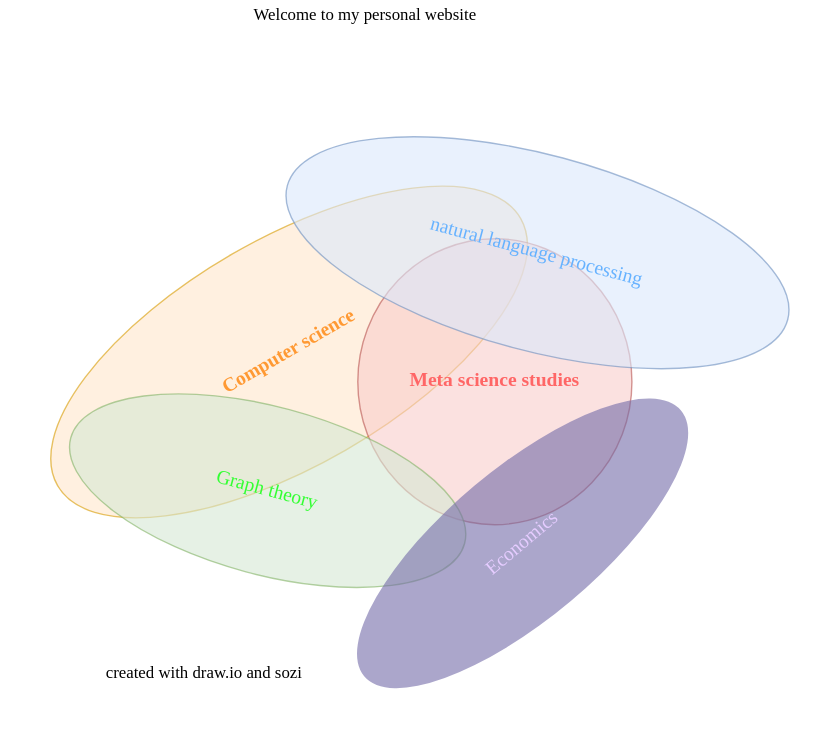
Before: _site/images/website_me.svg, a diagram exported from draw.io (susierao/susierao.github.io). Source tidied: cells renumbered, new cells last; positions are measured from the earlier drawing's top-left corner, leaving out a move shared by most shapes. Its diagram source:
```xml
<mxGraphModel background="#ffffff">
  <root>
    <mxCell id="0" />
    <mxCell id="1" parent="0" />
    <mxCell id="2" value="&lt;font style=&quot;font-size: 14px&quot; face=&quot;monaco&quot; color=&quot;#ff9933&quot;&gt;Computer science&lt;/font&gt;" style="ellipse;whiteSpace=wrap;rotation=-30;fillColor=#ffe6cc;opacity=60;strokeColor=#d79b00;html=1;direction=west;fontStyle=1;" parent="1" vertex="1">
      <mxGeometry y="170" width="381.9" height="161.9" as="geometry" />
    </mxCell>
    <mxCell id="3" value="&lt;font face=&quot;monaco&quot; style=&quot;font-size: 14px&quot; color=&quot;#ff6666&quot;&gt;&lt;b&gt;Meta science studies&lt;/b&gt;&lt;/font&gt;" style="ellipse;whiteSpace=wrap;rotation=0;fillColor=#f8cecc;opacity=60;strokeColor=#b85450;html=1;" parent="1" vertex="1">
      <mxGeometry x="240" y="170" width="195.8" height="204.3" as="geometry" />
    </mxCell>
    <mxCell id="4" value="&lt;font face=&quot;monaco&quot; style=&quot;font-size: 14px&quot; color=&quot;#66b2ff&quot;&gt;natural language processing&lt;/font&gt;" style="ellipse;whiteSpace=wrap;fillColor=#dae8fc;opacity=60;strokeColor=#6c8ebf;html=1;rotation=15;" parent="1" vertex="1">
      <mxGeometry x="183.4" y="110" width="370" height="140" as="geometry" />
    </mxCell>
    <mxCell id="5" value="&lt;font style=&quot;font-size: 14px&quot; face=&quot;monaco&quot; color=&quot;#33ff33&quot;&gt;Graph theory&lt;/font&gt;" style="ellipse;whiteSpace=wrap;fillColor=#d5e8d4;opacity=60;strokeColor=#82b366;rotation=15;html=1;" parent="1" vertex="1">
      <mxGeometry x="30" y="290" width="291.2" height="120" as="geometry" />
    </mxCell>
    <mxCell id="6" value="&lt;font color=&quot;#e5ccff&quot; style=&quot;font-size: 14px&quot; face=&quot;monaco&quot;&gt;Economics&lt;/font&gt;" style="ellipse;whiteSpace=wrap;rotation=-40;fillColor=#736CA8;opacity=60;strokeColor=none;html=1;" parent="1" vertex="1">
      <mxGeometry x="210" y="334" width="295.4" height="107.3" as="geometry" />
    </mxCell>
    <mxCell id="7" value="created with draw.io and sozi" style="text;html=1;align=center;verticalAlign=middle;fontFamily=monaco;" parent="1" vertex="1">
      <mxGeometry x="20" y="470" width="220" height="20" as="geometry" />
    </mxCell>
    <mxCell id="8" value="Welcome to my personal website" style="text;html=1;align=center;verticalAlign=middle;fontFamily=monaco;" parent="1" vertex="1">
      <mxGeometry x="130" width="230" height="20" as="geometry" />
    </mxCell>
  </root>
</mxGraphModel>
```
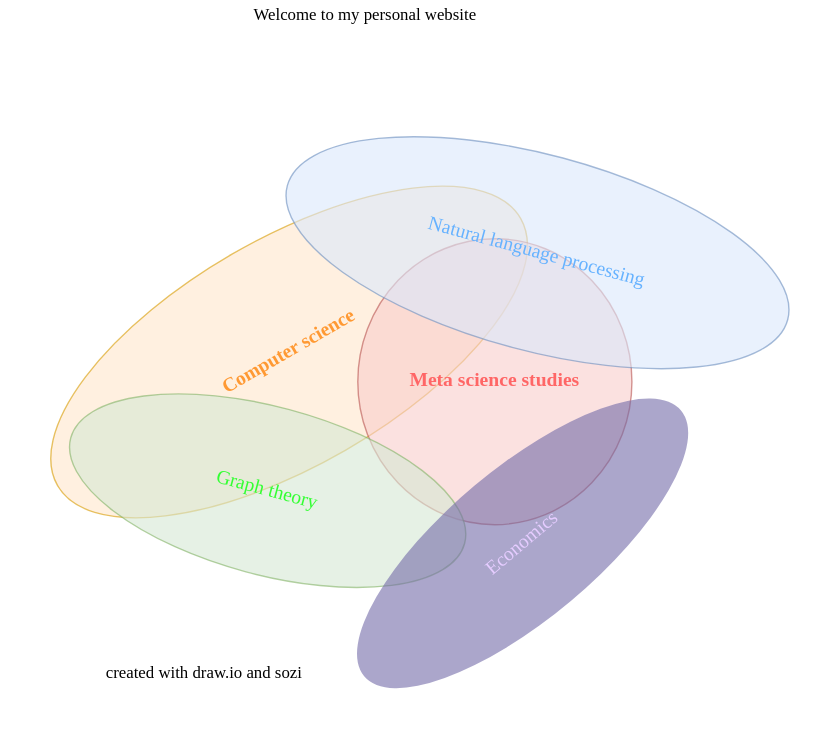
The same diagram one commit later.

The edit, as a diff of the source:
```diff
@@ -8,7 +8,7 @@
     <mxCell id="3" value="&lt;font face=&quot;monaco&quot; style=&quot;font-size: 14px&quot; color=&quot;#ff6666&quot;&gt;&lt;b&gt;Meta science studies&lt;/b&gt;&lt;/font&gt;" style="ellipse;whiteSpace=wrap;rotation=0;fillColor=#f8cecc;opacity=60;strokeColor=#b85450;html=1;" parent="1" vertex="1">
       <mxGeometry x="240" y="170" width="195.8" height="204.3" as="geometry" />
     </mxCell>
-    <mxCell id="4" value="&lt;font face=&quot;monaco&quot; style=&quot;font-size: 14px&quot; color=&quot;#66b2ff&quot;&gt;natural language processing&lt;/font&gt;" style="ellipse;whiteSpace=wrap;fillColor=#dae8fc;opacity=60;strokeColor=#6c8ebf;html=1;rotation=15;" parent="1" vertex="1">
+    <mxCell id="4" value="&lt;font face=&quot;monaco&quot; style=&quot;font-size: 14px&quot; color=&quot;#66b2ff&quot;&gt;Natural language processing&lt;/font&gt;" style="ellipse;whiteSpace=wrap;fillColor=#dae8fc;opacity=60;strokeColor=#6c8ebf;html=1;rotation=15;" parent="1" vertex="1">
       <mxGeometry x="183.4" y="110" width="370" height="140" as="geometry" />
     </mxCell>
     <mxCell id="5" value="&lt;font style=&quot;font-size: 14px&quot; face=&quot;monaco&quot; color=&quot;#33ff33&quot;&gt;Graph theory&lt;/font&gt;" style="ellipse;whiteSpace=wrap;fillColor=#d5e8d4;opacity=60;strokeColor=#82b366;rotation=15;html=1;" parent="1" vertex="1">
```
